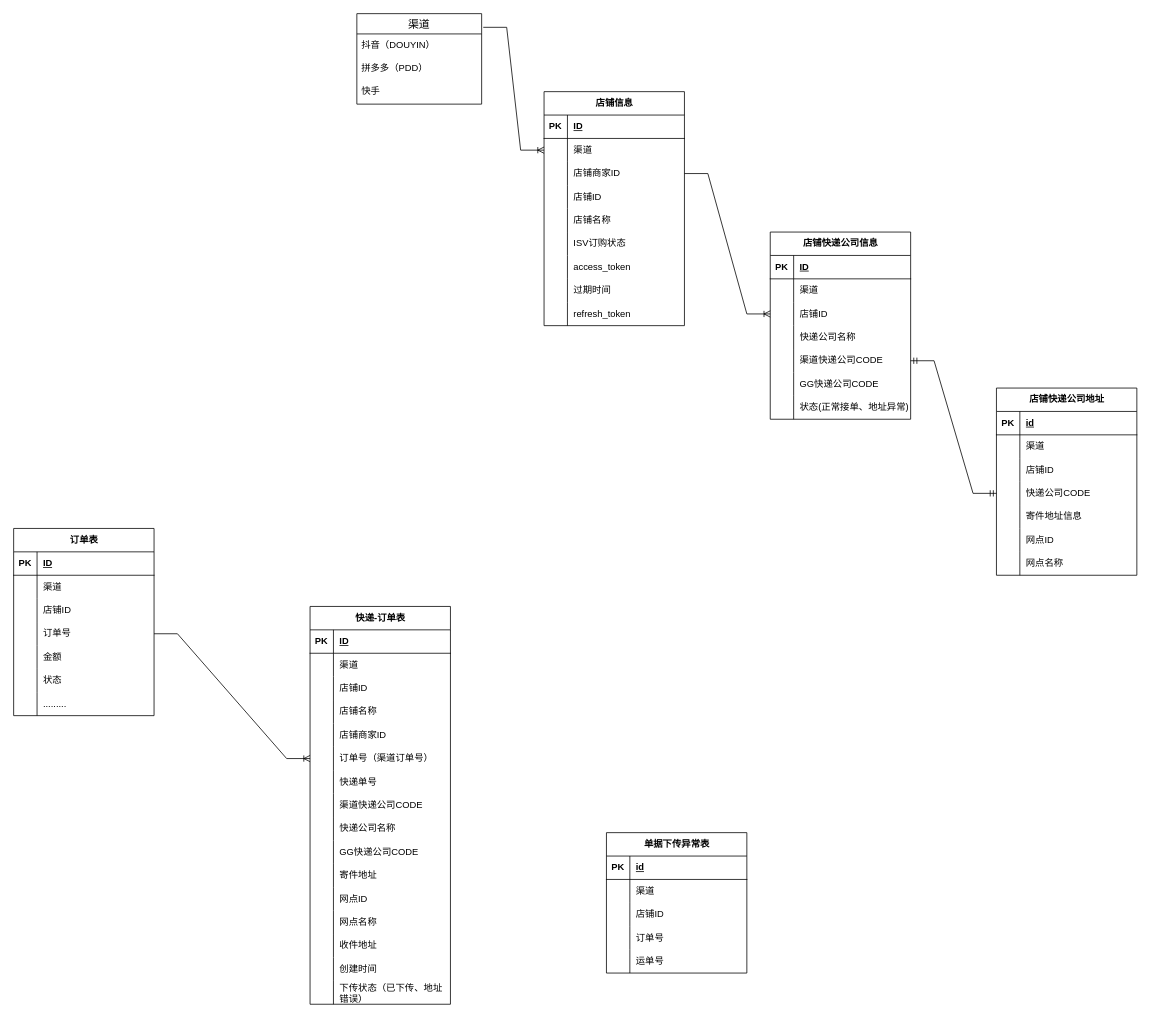
The draw.io diagram page "ER" (2 of 4) of ISV 对接.drawio in shixw/drawio-depository, before the edit. Source tidied: cells renumbered, new cells numbered last; positions are measured from the earlier drawing's top-left corner, leaving out a move shared by most shapes. Both pictures are drawn from the tidied source at 78%, with x=0, y=0 at pixel (13, 13).
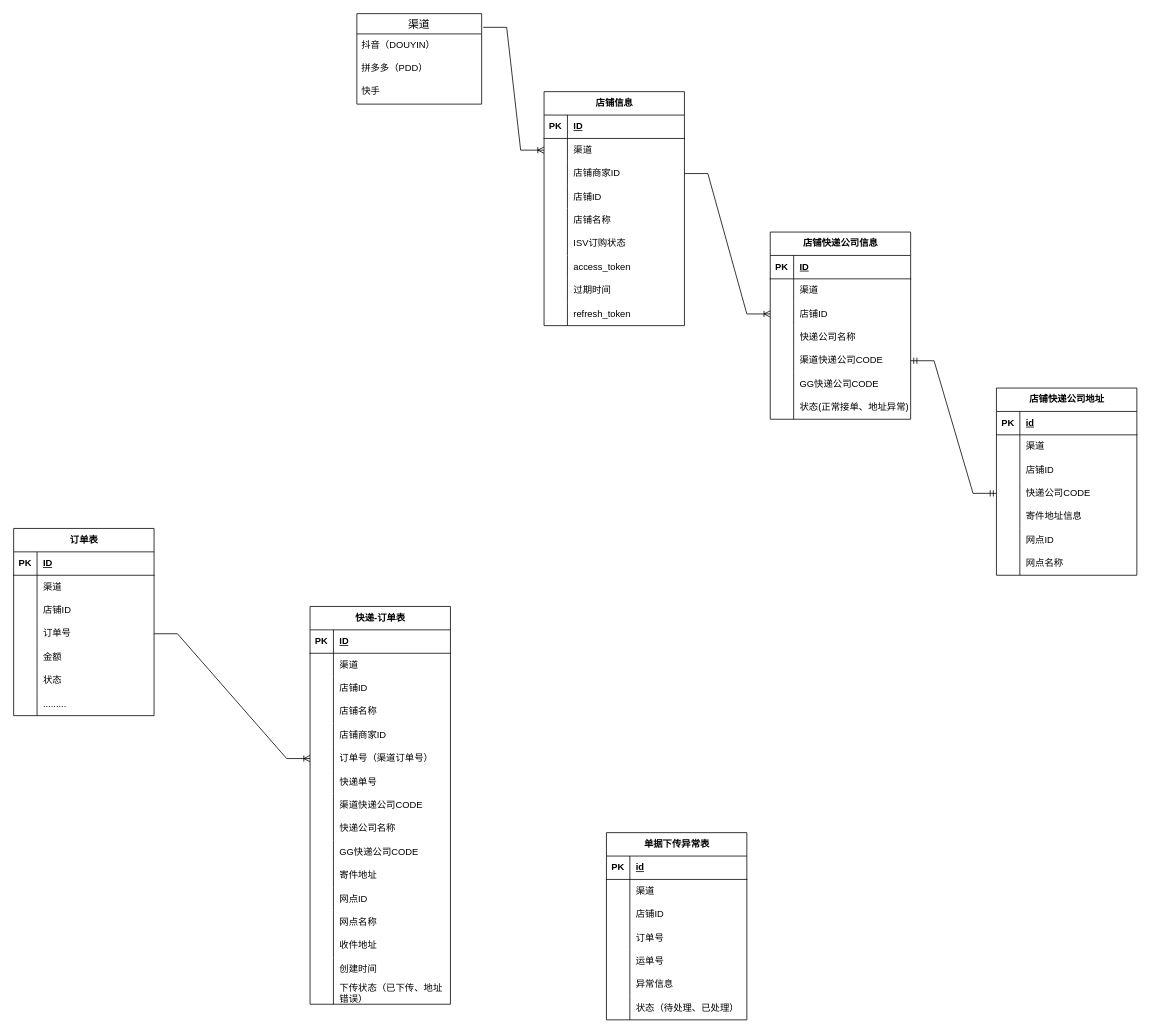
After the change.

Change to the diagram source:
```diff
@@
     <mxCell id="153" value="单据下传异常表" style="shape=table;startSize=30;childLayout=tableLayout;rowLines=0;fontStyle=1;align=center;html=1;" parent="1" vertex="1">
-      <mxGeometry x="760" y="1050" width="180" height="180" as="geometry" />
+      <mxGeometry x="760" y="1050" width="180" height="240" as="geometry" />
     </mxCell>
@@
+    <mxCell id="169" style="shape=tableRow;horizontal=0;startSize=0;swimlaneHead=0;swimlaneBody=0;fillColor=none;top=0;left=0;right=0;bottom=0;" parent="153" vertex="1">
+      <mxGeometry y="180" width="180" height="30" as="geometry" />
+    </mxCell>
+    <mxCell id="170" style="shape=partialRectangle;fillColor=none;top=0;left=0;bottom=0;right=0;overflow=hidden;whiteSpace=wrap;html=1;" parent="169" vertex="1">
+      <mxGeometry width="30" height="30" as="geometry" />
+    </mxCell>
+    <mxCell id="171" value="异常信息" style="shape=partialRectangle;fillColor=none;top=0;left=0;bottom=0;right=0;align=left;spacingLeft=6;overflow=hidden;whiteSpace=wrap;html=1;" parent="169" vertex="1">
+      <mxGeometry x="30" width="150" height="30" as="geometry" />
+    </mxCell>
+    <mxCell id="172" style="shape=tableRow;horizontal=0;startSize=0;swimlaneHead=0;swimlaneBody=0;fillColor=none;top=0;left=0;right=0;bottom=0;" parent="153" vertex="1">
+      <mxGeometry y="210" width="180" height="30" as="geometry" />
+    </mxCell>
+    <mxCell id="173" style="shape=partialRectangle;fillColor=none;top=0;left=0;bottom=0;right=0;overflow=hidden;whiteSpace=wrap;html=1;" parent="172" vertex="1">
+      <mxGeometry width="30" height="30" as="geometry" />
+    </mxCell>
+    <mxCell id="174" value="状态（待处理、已处理）" style="shape=partialRectangle;fillColor=none;top=0;left=0;bottom=0;right=0;align=left;spacingLeft=6;overflow=hidden;whiteSpace=wrap;html=1;" parent="172" vertex="1">
+      <mxGeometry x="30" width="150" height="30" as="geometry" />
+    </mxCell>
```
